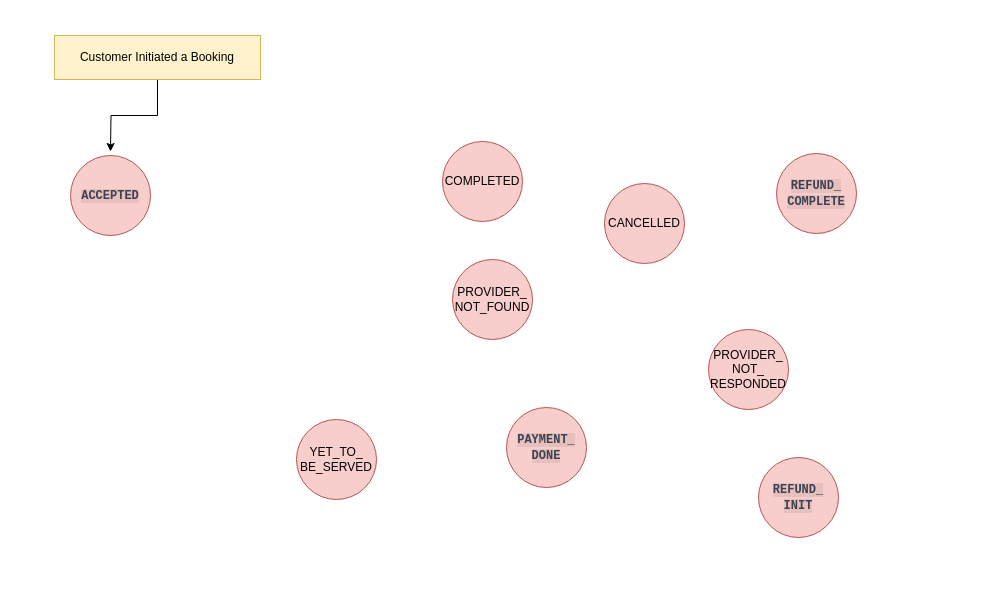
The draw.io diagram page "Booking Camunda Cockpit" (3 of 3) of HLS.-Design.drawio in CrossDimension-LLP/sosh-HLS-designs, before the edit. Source tidied: cells renumbered, new cells numbered last; positions are measured from the earlier drawing's top-left corner, leaving out a move shared by most shapes. Both pictures are drawn from the tidied source at 100%, with x=0, y=0 at pixel (54, 35).
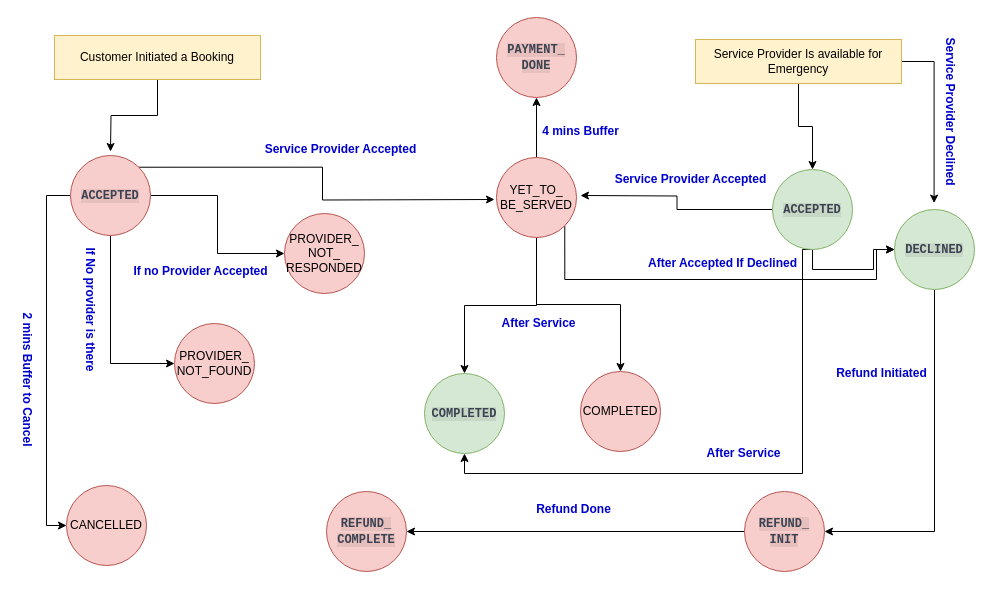
After the change.

The change refers to these unchanged cells:
```xml
<mxCell id="6" value="&lt;span style=&quot;color: rgb(59, 65, 81); font-family: monospace; font-weight: 600; text-align: start; background-color: rgba(0, 0, 0, 0.07);&quot;&gt;ACCEPTED&lt;/span&gt;" style="ellipse;whiteSpace=wrap;html=1;fillColor=#f8cecc;strokeColor=#b85450;" parent="1" vertex="1">
  <mxGeometry x="16" y="120" width="80" height="80" as="geometry" />
</mxCell>
```

What changed in the source:
```diff
@@
     <mxCell id="2" value="COMPLETED" style="ellipse;whiteSpace=wrap;html=1;fillColor=#f8cecc;strokeColor=#b85450;" parent="1" vertex="1">
-      <mxGeometry x="388" y="106" width="80" height="80" as="geometry" />
+      <mxGeometry x="526" y="336" width="80" height="80" as="geometry" />
     </mxCell>
     <mxCell id="3" value="PROVIDER_&lt;br&gt;NOT_FOUND" style="ellipse;whiteSpace=wrap;html=1;fillColor=#f8cecc;strokeColor=#b85450;" parent="1" vertex="1">
-      <mxGeometry x="398" y="224" width="80" height="80" as="geometry" />
+      <mxGeometry x="120" y="288" width="80" height="80" as="geometry" />
     </mxCell>
     <mxCell id="4" value="PROVIDER_&lt;br&gt;NOT_&lt;br&gt;RESPONDED" style="ellipse;whiteSpace=wrap;html=1;fillColor=#f8cecc;strokeColor=#b85450;" parent="1" vertex="1">
-      <mxGeometry x="654" y="294" width="80" height="80" as="geometry" />
+      <mxGeometry x="230" y="178" width="80" height="80" as="geometry" />
     </mxCell>
+    <mxCell id="13" style="edgeStyle=orthogonalEdgeStyle;rounded=0;jettySize=auto;html=1;exitX=0.5;exitY=1;exitDx=0;exitDy=0;entryX=0.5;entryY=0;entryDx=0;entryDy=0;" parent="1" edge="1" source="5" target="25">
+      <mxGeometry relative="1" as="geometry" />
+    </mxCell>
+    <mxCell id="14" style="edgeStyle=orthogonalEdgeStyle;rounded=0;jettySize=auto;html=1;exitX=0.5;exitY=1;exitDx=0;exitDy=0;entryX=0.5;entryY=0;entryDx=0;entryDy=0;" parent="1" edge="1" source="5" target="2">
+      <mxGeometry relative="1" as="geometry" />
+    </mxCell>
+    <mxCell id="15" style="edgeStyle=orthogonalEdgeStyle;rounded=0;jettySize=auto;html=1;exitX=0.5;exitY=0;exitDx=0;exitDy=0;entryX=0.5;entryY=1;entryDx=0;entryDy=0;" parent="1" edge="1" source="5" target="9">
+      <mxGeometry relative="1" as="geometry" />
+    </mxCell>
+    <mxCell id="16" style="edgeStyle=orthogonalEdgeStyle;rounded=0;jettySize=auto;html=1;exitX=1;exitY=1;exitDx=0;exitDy=0;entryX=0;entryY=0.5;entryDx=0;entryDy=0;fontColor=#0000CC;" parent="1" edge="1" source="5" target="27">
+      <mxGeometry relative="1" as="geometry">
+        <Array as="points">
+          <mxPoint x="510" y="244" />
+          <mxPoint x="822" y="244" />
+          <mxPoint x="822" y="214" />
+        </Array>
+      </mxGeometry>
+    </mxCell>
     <mxCell id="5" value="YET_TO_&lt;br&gt;BE_SERVED" style="ellipse;whiteSpace=wrap;html=1;fillColor=#f8cecc;strokeColor=#b85450;" parent="1" vertex="1">
-      <mxGeometry x="242" y="384" width="80" height="80" as="geometry" />
+      <mxGeometry x="442" y="122" width="80" height="80" as="geometry" />
     </mxCell>
+    <mxCell id="17" style="edgeStyle=orthogonalEdgeStyle;rounded=0;jettySize=auto;html=1;exitX=0.5;exitY=1;exitDx=0;exitDy=0;entryX=0;entryY=0.5;entryDx=0;entryDy=0;" parent="1" edge="1" source="6" target="3">
+      <mxGeometry relative="1" as="geometry" />
+    </mxCell>
+    <mxCell id="18" style="edgeStyle=orthogonalEdgeStyle;rounded=0;jettySize=auto;html=1;exitX=1;exitY=0.5;exitDx=0;exitDy=0;entryX=0;entryY=0.5;entryDx=0;entryDy=0;" parent="1" edge="1" source="6" target="4">
+      <mxGeometry relative="1" as="geometry" />
+    </mxCell>
+    <mxCell id="19" style="edgeStyle=orthogonalEdgeStyle;rounded=0;jettySize=auto;html=1;exitX=0;exitY=0.5;exitDx=0;exitDy=0;entryX=0;entryY=0.5;entryDx=0;entryDy=0;" parent="1" edge="1" source="6" target="8">
+      <mxGeometry relative="1" as="geometry" />
+    </mxCell>
+    <mxCell id="20" style="edgeStyle=orthogonalEdgeStyle;rounded=0;jettySize=auto;html=1;exitX=1;exitY=0;exitDx=0;exitDy=0;" parent="1" edge="1" source="6">
+      <mxGeometry relative="1" as="geometry">
+        <mxPoint x="440" y="164" as="targetPoint" />
+      </mxGeometry>
+    </mxCell>
@@
     <mxCell id="7" value="&lt;span style=&quot;color: rgb(59, 65, 81); font-family: monospace; font-weight: 600; text-align: start; background-color: rgba(0, 0, 0, 0.07);&quot;&gt;REFUND_&lt;br&gt;COMPLETE&lt;/span&gt;" style="ellipse;whiteSpace=wrap;html=1;fillColor=#f8cecc;strokeColor=#b85450;" parent="1" vertex="1">
-      <mxGeometry x="722" y="118" width="80" height="80" as="geometry" />
+      <mxGeometry x="272" y="456" width="80" height="80" as="geometry" />
     </mxCell>
     <mxCell id="8" value="CANCELLED" style="ellipse;whiteSpace=wrap;html=1;fillColor=#f8cecc;strokeColor=#b85450;" parent="1" vertex="1">
-      <mxGeometry x="550" y="148" width="80" height="80" as="geometry" />
+      <mxGeometry x="12" y="450" width="80" height="80" as="geometry" />
     </mxCell>
     <mxCell id="9" value="&lt;span style=&quot;color: rgb(59, 65, 81); font-family: monospace; font-weight: 600; text-align: start; background-color: rgba(0, 0, 0, 0.07);&quot;&gt;PAYMENT_&lt;br&gt;DONE&lt;/span&gt;" style="ellipse;whiteSpace=wrap;html=1;fillColor=#f8cecc;strokeColor=#b85450;" parent="1" vertex="1">
-      <mxGeometry x="452" y="372" width="80" height="80" as="geometry" />
+      <mxGeometry x="442" y="-18" width="80" height="80" as="geometry" />
     </mxCell>
+    <mxCell id="21" style="edgeStyle=orthogonalEdgeStyle;rounded=0;jettySize=auto;html=1;exitX=0;exitY=0.5;exitDx=0;exitDy=0;entryX=1;entryY=0.5;entryDx=0;entryDy=0;" parent="1" edge="1" source="10" target="7">
+      <mxGeometry relative="1" as="geometry" />
+    </mxCell>
     <mxCell id="10" value="&lt;span style=&quot;color: rgb(59, 65, 81); font-family: monospace; font-weight: 600; text-align: start; background-color: rgba(0, 0, 0, 0.07);&quot;&gt;REFUND_&lt;br&gt;INIT&lt;/span&gt;" style="ellipse;whiteSpace=wrap;html=1;fillColor=#f8cecc;strokeColor=#b85450;" parent="1" vertex="1">
-      <mxGeometry x="704" y="422" width="80" height="80" as="geometry" />
+      <mxGeometry x="690" y="456" width="80" height="80" as="geometry" />
     </mxCell>
@@
+    <mxCell id="22" style="edgeStyle=orthogonalEdgeStyle;rounded=0;jettySize=auto;html=1;exitX=0.5;exitY=1;exitDx=0;exitDy=0;entryX=0.5;entryY=0;entryDx=0;entryDy=0;" parent="1" edge="1" source="24" target="31">
+      <mxGeometry relative="1" as="geometry" />
+    </mxCell>
+    <mxCell id="23" style="edgeStyle=orthogonalEdgeStyle;rounded=0;jettySize=auto;html=1;exitX=1;exitY=0.5;exitDx=0;exitDy=0;entryX=0.495;entryY=-0.08;entryDx=0;entryDy=0;entryPerimeter=0;" parent="1" edge="1" source="24" target="27">
+      <mxGeometry relative="1" as="geometry" />
+    </mxCell>
+    <mxCell id="24" value="Service Provider Is available for Emergency" style="rounded=0;whiteSpace=wrap;html=1;fillColor=#fff2cc;strokeColor=#d6b656;" parent="1" vertex="1">
+      <mxGeometry x="641" y="4" width="206" height="44" as="geometry" />
+    </mxCell>
+    <mxCell id="25" value="&lt;span style=&quot;color: rgb(59, 65, 81); font-family: monospace; font-weight: 600; text-align: start; background-color: rgba(0, 0, 0, 0.07);&quot;&gt;COMPLETED&lt;/span&gt;" style="ellipse;whiteSpace=wrap;html=1;fillColor=#d5e8d4;strokeColor=#82b366;" parent="1" vertex="1">
+      <mxGeometry x="370" y="338" width="80" height="80" as="geometry" />
+    </mxCell>
+    <mxCell id="26" style="edgeStyle=orthogonalEdgeStyle;rounded=0;jettySize=auto;html=1;exitX=0.5;exitY=1;exitDx=0;exitDy=0;entryX=1;entryY=0.5;entryDx=0;entryDy=0;fontColor=#0000CC;" parent="1" edge="1" source="27" target="10">
+      <mxGeometry relative="1" as="geometry" />
+    </mxCell>
+    <mxCell id="27" value="&lt;span style=&quot;color: rgb(59, 65, 81); font-family: monospace; font-weight: 600; text-align: start; background-color: rgba(0, 0, 0, 0.07);&quot;&gt;DECLINED&lt;/span&gt;" style="ellipse;whiteSpace=wrap;html=1;fillColor=#d5e8d4;strokeColor=#82b366;" parent="1" vertex="1">
+      <mxGeometry x="840" y="174" width="80" height="80" as="geometry" />
+    </mxCell>
+    <mxCell id="28" style="edgeStyle=orthogonalEdgeStyle;rounded=0;jettySize=auto;html=1;exitX=0;exitY=0.5;exitDx=0;exitDy=0;" parent="1" edge="1" source="31">
+      <mxGeometry relative="1" as="geometry">
+        <mxPoint x="526" y="160" as="targetPoint" />
+      </mxGeometry>
+    </mxCell>
+    <mxCell id="29" style="edgeStyle=orthogonalEdgeStyle;rounded=0;jettySize=auto;html=1;exitX=0.5;exitY=1;exitDx=0;exitDy=0;entryX=0;entryY=0.5;entryDx=0;entryDy=0;fontColor=#0000CC;" parent="1" edge="1" source="31" target="27">
+      <mxGeometry relative="1" as="geometry" />
+    </mxCell>
+    <mxCell id="30" style="edgeStyle=orthogonalEdgeStyle;rounded=0;jettySize=auto;html=1;exitX=0.5;exitY=1;exitDx=0;exitDy=0;entryX=0.5;entryY=1;entryDx=0;entryDy=0;fontColor=#0000CC;" parent="1" edge="1" source="31" target="25">
+      <mxGeometry relative="1" as="geometry">
+        <Array as="points">
+          <mxPoint x="748" y="214" />
+          <mxPoint x="748" y="438" />
+          <mxPoint x="410" y="438" />
+        </Array>
+      </mxGeometry>
+    </mxCell>
+    <mxCell id="31" value="&lt;span style=&quot;color: rgb(59, 65, 81); font-family: monospace; font-weight: 600; text-align: start; background-color: rgba(0, 0, 0, 0.07);&quot;&gt;ACCEPTED&lt;/span&gt;" style="ellipse;whiteSpace=wrap;html=1;fillColor=#d5e8d4;strokeColor=#82b366;" parent="1" vertex="1">
+      <mxGeometry x="718" y="134" width="80" height="80" as="geometry" />
+    </mxCell>
+    <mxCell id="32" value="&lt;b&gt;&lt;font color=&quot;#0000cc&quot;&gt;Service Provider Accepted&lt;/font&gt;&lt;/b&gt;" style="text;html=1;align=center;verticalAlign=middle;strokeColor=none;fillColor=none;" parent="1" vertex="1">
+      <mxGeometry x="204" y="104" width="164" height="20" as="geometry" />
+    </mxCell>
+    <mxCell id="33" value="&lt;b&gt;&lt;font color=&quot;#0000cc&quot;&gt;4 mins Buffer&lt;/font&gt;&lt;/b&gt;" style="text;html=1;align=center;verticalAlign=middle;strokeColor=none;fillColor=none;" parent="1" vertex="1">
+      <mxGeometry x="482" y="86" width="88" height="20" as="geometry" />
+    </mxCell>
+    <mxCell id="34" value="&lt;b&gt;&lt;font color=&quot;#0000cc&quot;&gt;If no Provider Accepted&lt;/font&gt;&lt;/b&gt;" style="text;html=1;align=center;verticalAlign=middle;strokeColor=none;fillColor=none;" parent="1" vertex="1">
+      <mxGeometry x="73" y="226" width="146" height="20" as="geometry" />
+    </mxCell>
+    <mxCell id="35" value="&lt;b&gt;&lt;font color=&quot;#0000cc&quot;&gt;If No provider is there&lt;/font&gt;&lt;/b&gt;" style="text;html=1;align=center;verticalAlign=middle;strokeColor=none;fillColor=none;rotation=90;" parent="1" vertex="1">
+      <mxGeometry x="-32" y="264" width="136" height="20" as="geometry" />
+    </mxCell>
+    <mxCell id="36" value="&lt;b&gt;&lt;font color=&quot;#0000cc&quot;&gt;2 mins Buffer to Cancel&lt;br&gt;&lt;/font&gt;&lt;/b&gt;" style="text;html=1;align=center;verticalAlign=middle;strokeColor=none;fillColor=none;rotation=90;" parent="1" vertex="1">
+      <mxGeometry x="-100" y="334" width="146" height="20" as="geometry" />
+    </mxCell>
+    <mxCell id="37" value="&lt;b&gt;&lt;font color=&quot;#0000cc&quot;&gt;After Service&lt;/font&gt;&lt;/b&gt;" style="text;html=1;align=center;verticalAlign=middle;strokeColor=none;fillColor=none;" parent="1" vertex="1">
+      <mxGeometry x="441" y="278" width="86" height="20" as="geometry" />
+    </mxCell>
+    <mxCell id="38" value="&lt;b&gt;&lt;font color=&quot;#0000cc&quot;&gt;Service Provider Accepted&lt;/font&gt;&lt;/b&gt;" style="text;html=1;align=center;verticalAlign=middle;strokeColor=none;fillColor=none;" parent="1" vertex="1">
+      <mxGeometry x="554" y="134" width="164" height="20" as="geometry" />
+    </mxCell>
+    <mxCell id="39" value="&lt;b&gt;&lt;font color=&quot;#0000cc&quot;&gt;Service Provider Declined&lt;/font&gt;&lt;/b&gt;" style="text;html=1;align=center;verticalAlign=middle;strokeColor=none;fillColor=none;rotation=90;" parent="1" vertex="1">
+      <mxGeometry x="816" y="66" width="160" height="20" as="geometry" />
+    </mxCell>
+    <mxCell id="40" value="&lt;font color=&quot;#0000cc&quot;&gt;&lt;b&gt;After Accepted If Declined&lt;/b&gt;&lt;/font&gt;" style="text;html=1;align=center;verticalAlign=middle;strokeColor=none;fillColor=none;" parent="1" vertex="1">
+      <mxGeometry x="588" y="218" width="160" height="20" as="geometry" />
+    </mxCell>
+    <mxCell id="41" value="&lt;b&gt;&lt;font color=&quot;#0000cc&quot;&gt;Refund Initiated&lt;/font&gt;&lt;/b&gt;" style="text;html=1;align=center;verticalAlign=middle;strokeColor=none;fillColor=none;" parent="1" vertex="1">
+      <mxGeometry x="776" y="328" width="102" height="20" as="geometry" />
+    </mxCell>
+    <mxCell id="42" value="&lt;b&gt;&lt;font color=&quot;#0000cc&quot;&gt;Refund Done&lt;/font&gt;&lt;/b&gt;" style="text;html=1;align=center;verticalAlign=middle;strokeColor=none;fillColor=none;" parent="1" vertex="1">
+      <mxGeometry x="476" y="464" width="86" height="20" as="geometry" />
+    </mxCell>
+    <mxCell id="43" value="&lt;b&gt;&lt;font color=&quot;#0000cc&quot;&gt;After Service&lt;/font&gt;&lt;/b&gt;" style="text;html=1;align=center;verticalAlign=middle;strokeColor=none;fillColor=none;" parent="1" vertex="1">
+      <mxGeometry x="646" y="408" width="86" height="20" as="geometry" />
+    </mxCell>
```
